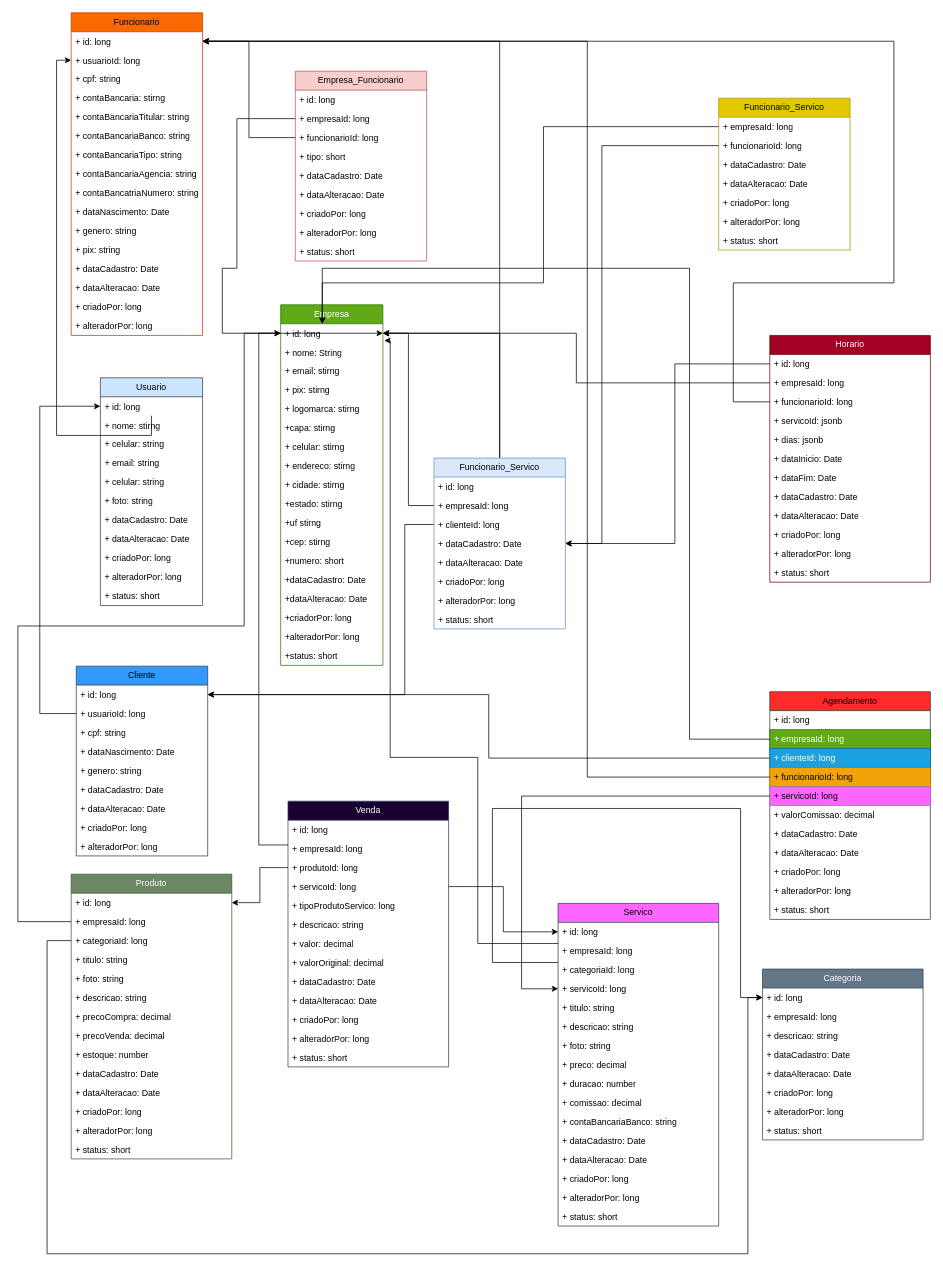
Before: Diagrama sem nome.drawio in elsoncosta/GoBarber, a draw.io diagram. Source tidied: cells renumbered, new cells numbered last; positions are measured from the earlier drawing's top-left corner, leaving out a move shared by most shapes. Both pictures are drawn from the tidied source at 73%, with x=0, y=0 at pixel (18, 12).
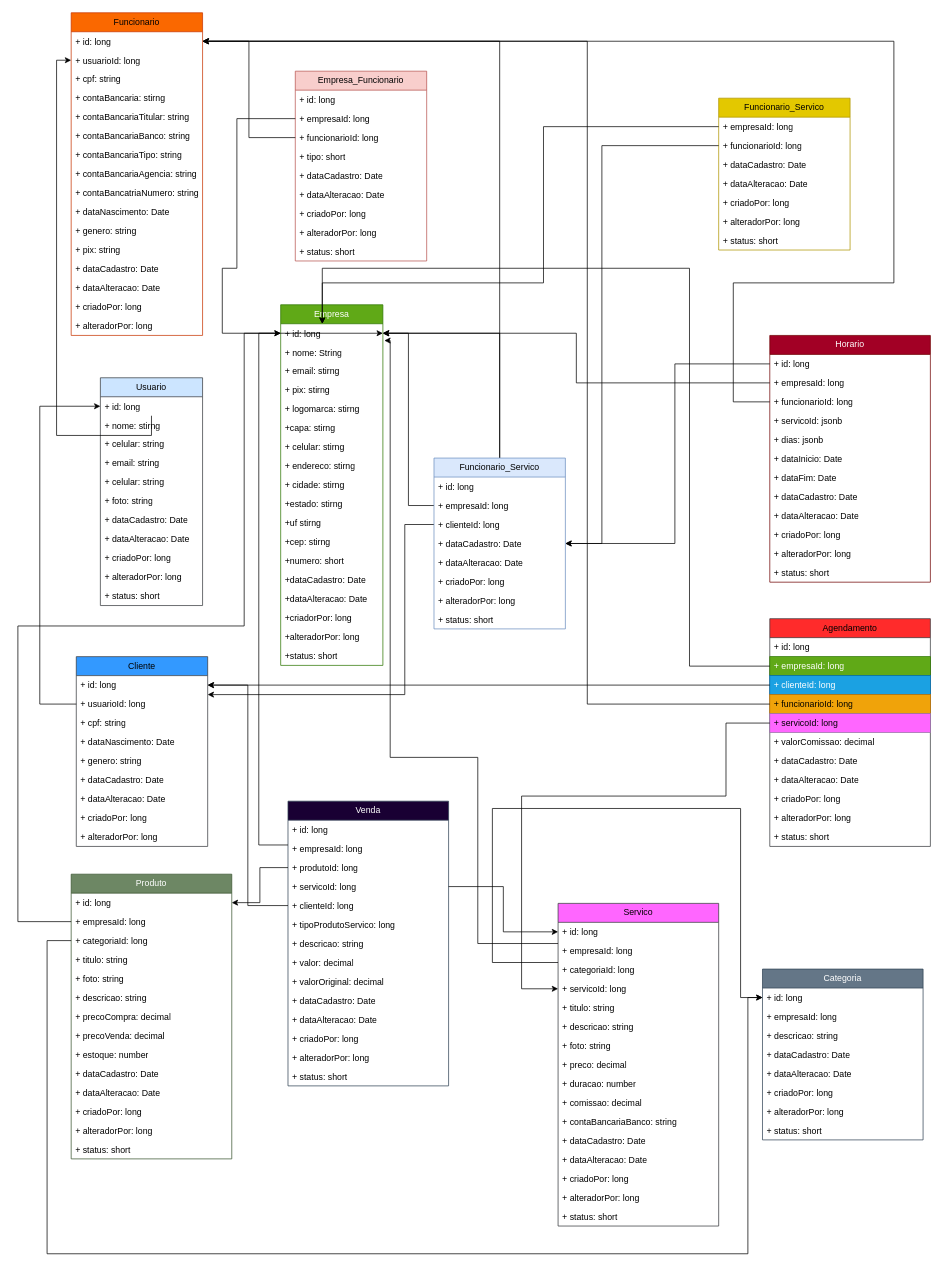
The same diagram, later.

The change refers to these unchanged cells:
```xml
<mxCell id="3" value="+ id: long" style="text;strokeColor=none;fillColor=none;align=left;verticalAlign=top;spacingLeft=4;spacingRight=4;overflow=hidden;points=[[0,0.5],[1,0.5]];portConstraint=eastwest;whiteSpace=wrap;html=1;" parent="2" vertex="1">
  <mxGeometry y="26" width="140" height="26" as="geometry" />
</mxCell>
<mxCell id="22" value="+ id: long" style="text;strokeColor=none;fillColor=none;align=left;verticalAlign=top;spacingLeft=4;spacingRight=4;overflow=hidden;points=[[0,0.5],[1,0.5]];portConstraint=eastwest;whiteSpace=wrap;html=1;" parent="21" vertex="1">
  <mxGeometry y="26" width="140" height="26" as="geometry" />
</mxCell>
<mxCell id="34" value="+ id: long" style="text;strokeColor=none;fillColor=none;align=left;verticalAlign=top;spacingLeft=4;spacingRight=4;overflow=hidden;points=[[0,0.5],[1,0.5]];portConstraint=eastwest;whiteSpace=wrap;html=1;" parent="33" vertex="1">
  <mxGeometry y="26" width="180" height="26" as="geometry" />
</mxCell>
<mxCell id="54" value="+ servicoId: long" style="text;strokeColor=none;fillColor=none;align=left;verticalAlign=top;spacingLeft=4;spacingRight=4;overflow=hidden;points=[[0,0.5],[1,0.5]];portConstraint=eastwest;whiteSpace=wrap;html=1;" parent="50" vertex="1">
  <mxGeometry y="104" width="220" height="26" as="geometry" />
</mxCell>
<mxCell id="106" value="+ id: long" style="text;strokeColor=none;fillColor=none;align=left;verticalAlign=top;spacingLeft=4;spacingRight=4;overflow=hidden;points=[[0,0.5],[1,0.5]];portConstraint=eastwest;whiteSpace=wrap;html=1;" parent="105" vertex="1">
  <mxGeometry y="26" width="180" height="26" as="geometry" />
</mxCell>
<mxCell id="107" value="+ usuarioId: long" style="text;strokeColor=none;fillColor=none;align=left;verticalAlign=top;spacingLeft=4;spacingRight=4;overflow=hidden;points=[[0,0.5],[1,0.5]];portConstraint=eastwest;whiteSpace=wrap;html=1;" parent="105" vertex="1">
  <mxGeometry y="52" width="180" height="26" as="geometry" />
</mxCell>
<mxCell id="120" value="+ empresaId: long" style="text;strokeColor=#2D7600;fillColor=#60a917;align=left;verticalAlign=top;spacingLeft=4;spacingRight=4;overflow=hidden;points=[[0,0.5],[1,0.5]];portConstraint=eastwest;whiteSpace=wrap;html=1;fontColor=#ffffff;" parent="118" vertex="1">
  <mxGeometry y="52" width="220" height="26" as="geometry" />
</mxCell>
<mxCell id="122" value="+ funcionarioId: long" style="text;strokeColor=#BD7000;fillColor=#f0a30a;align=left;verticalAlign=top;spacingLeft=4;spacingRight=4;overflow=hidden;points=[[0,0.5],[1,0.5]];portConstraint=eastwest;whiteSpace=wrap;html=1;fontColor=#000000;" parent="118" vertex="1">
  <mxGeometry y="104" width="220" height="26" as="geometry" />
</mxCell>
<mxCell id="123" value="+ servicoId: long" style="text;strokeColor=#9673a6;fillColor=#FF66FF;align=left;verticalAlign=top;spacingLeft=4;spacingRight=4;overflow=hidden;points=[[0,0.5],[1,0.5]];portConstraint=eastwest;whiteSpace=wrap;html=1;" parent="118" vertex="1">
  <mxGeometry y="130" width="220" height="26" as="geometry" />
</mxCell>
```

Change to the diagram source:
```diff
@@
     <mxCell id="105" value="Cliente" style="swimlane;fontStyle=0;horizontal=1;startSize=26;fillColor=#3399FF;whiteSpace=wrap;html=1;strokeColor=#36393d;" parent="1" vertex="1">
-      <mxGeometry x="80" y="895" width="180" height="260" as="geometry" />
+      <mxGeometry x="80" y="882" width="180" height="260" as="geometry" />
     </mxCell>
@@
     <mxCell id="115" style="edgeStyle=orthogonalEdgeStyle;rounded=0;jettySize=auto;html=1;entryX=0;entryY=0.5;entryDx=0;entryDy=0;" parent="1" edge="1" source="107" target="22">
       <mxGeometry relative="1" as="geometry">
         <Array as="points">
-          <mxPoint x="30" y="960" />
+          <mxPoint x="30" y="947" />
           <mxPoint x="30" y="539" />
         </Array>
       </mxGeometry>
     </mxCell>
@@
     <mxCell id="118" value="Agendamento" style="swimlane;fontStyle=0;horizontal=1;startSize=26;fillColor=#FF2B2B;whiteSpace=wrap;html=1;strokeColor=#36393d;" parent="1" vertex="1">
-      <mxGeometry x="1030" y="930" width="220" height="312" as="geometry" />
+      <mxGeometry x="1030" y="830" width="220" height="312" as="geometry" />
     </mxCell>
@@
     <mxCell id="131" style="edgeStyle=orthogonalEdgeStyle;rounded=0;jettySize=auto;html=1;" parent="1" edge="1" source="122" target="34">
       <mxGeometry relative="1" as="geometry">
         <Array as="points">
-          <mxPoint x="780" y="1047" />
+          <mxPoint x="780" y="947" />
           <mxPoint x="780" y="39" />
         </Array>
       </mxGeometry>
     </mxCell>
@@
     <mxCell id="158" style="edgeStyle=orthogonalEdgeStyle;rounded=0;jettySize=auto;html=1;" parent="1" edge="1" source="120" target="3">
       <mxGeometry relative="1" as="geometry">
         <Array as="points">
-          <mxPoint x="920" y="995" />
+          <mxPoint x="920" y="895" />
           <mxPoint x="920" y="350" />
           <mxPoint x="417" y="350" />
         </Array>
       </mxGeometry>
     </mxCell>
@@
     <mxCell id="171" value="Venda" style="swimlane;fontStyle=0;horizontal=1;startSize=26;fillColor=#190033;whiteSpace=wrap;html=1;strokeColor=#314354;fontColor=#ffffff;" parent="1" vertex="1">
-      <mxGeometry x="370" y="1080" width="220" height="364" as="geometry" />
+      <mxGeometry x="370" y="1080" width="220" height="390" as="geometry" />
     </mxCell>
@@
+    <mxCell id="191" value="+ clienteId: long" style="text;strokeColor=none;fillColor=none;align=left;verticalAlign=top;spacingLeft=4;spacingRight=4;overflow=hidden;points=[[0,0.5],[1,0.5]];portConstraint=eastwest;whiteSpace=wrap;html=1;" parent="171" vertex="1">
+      <mxGeometry y="130" width="220" height="26" as="geometry" />
+    </mxCell>
     <mxCell id="176" value="+ tipoProdutoServico: long" style="text;strokeColor=none;fillColor=none;align=left;verticalAlign=top;spacingLeft=4;spacingRight=4;overflow=hidden;whiteSpace=wrap;html=1;" parent="171" vertex="1">
-      <mxGeometry y="130" width="220" height="26" as="geometry" />
+      <mxGeometry y="156" width="220" height="26" as="geometry" />
     </mxCell>
     <mxCell id="177" value="+ descricao: string" style="text;strokeColor=none;fillColor=none;align=left;verticalAlign=top;spacingLeft=4;spacingRight=4;overflow=hidden;whiteSpace=wrap;html=1;" parent="171" vertex="1">
-      <mxGeometry y="156" width="220" height="26" as="geometry" />
+      <mxGeometry y="182" width="220" height="26" as="geometry" />
     </mxCell>
     <mxCell id="178" value="+ valor: decimal" style="text;strokeColor=none;fillColor=none;align=left;verticalAlign=top;spacingLeft=4;spacingRight=4;overflow=hidden;whiteSpace=wrap;html=1;" parent="171" vertex="1">
-      <mxGeometry y="182" width="220" height="26" as="geometry" />
+      <mxGeometry y="208" width="220" height="26" as="geometry" />
     </mxCell>
     <mxCell id="179" value="+ valorOriginal: decimal" style="text;strokeColor=none;fillColor=none;align=left;verticalAlign=top;spacingLeft=4;spacingRight=4;overflow=hidden;whiteSpace=wrap;html=1;" parent="171" vertex="1">
-      <mxGeometry y="208" width="220" height="26" as="geometry" />
+      <mxGeometry y="234" width="220" height="26" as="geometry" />
     </mxCell>
     <mxCell id="180" value="+ dataCadastro: Date" style="text;strokeColor=none;fillColor=none;align=left;verticalAlign=top;spacingLeft=4;spacingRight=4;overflow=hidden;whiteSpace=wrap;html=1;" parent="171" vertex="1">
-      <mxGeometry y="234" width="220" height="26" as="geometry" />
+      <mxGeometry y="260" width="220" height="26" as="geometry" />
     </mxCell>
     <mxCell id="181" value="+ dataAlteracao: Date" style="text;strokeColor=none;fillColor=none;align=left;verticalAlign=top;spacingLeft=4;spacingRight=4;overflow=hidden;whiteSpace=wrap;html=1;" parent="171" vertex="1">
-      <mxGeometry y="260" width="220" height="26" as="geometry" />
+      <mxGeometry y="286" width="220" height="26" as="geometry" />
     </mxCell>
     <mxCell id="182" value="+ criadoPor: long" style="text;strokeColor=none;fillColor=none;align=left;verticalAlign=top;spacingLeft=4;spacingRight=4;overflow=hidden;whiteSpace=wrap;html=1;" parent="171" vertex="1">
-      <mxGeometry y="286" width="220" height="26" as="geometry" />
+      <mxGeometry y="312" width="220" height="26" as="geometry" />
     </mxCell>
     <mxCell id="183" value="+ alteradorPor: long" style="text;strokeColor=none;fillColor=none;align=left;verticalAlign=top;spacingLeft=4;spacingRight=4;overflow=hidden;whiteSpace=wrap;html=1;" parent="171" vertex="1">
-      <mxGeometry y="312" width="220" height="26" as="geometry" />
+      <mxGeometry y="338" width="220" height="26" as="geometry" />
     </mxCell>
     <mxCell id="184" value="+ status: short" style="text;strokeColor=none;fillColor=none;align=left;verticalAlign=top;spacingLeft=4;spacingRight=4;overflow=hidden;whiteSpace=wrap;html=1;" parent="171" vertex="1">
-      <mxGeometry y="338" width="220" height="26" as="geometry" />
+      <mxGeometry y="364" width="220" height="26" as="geometry" />
     </mxCell>
     <mxCell id="185" style="edgeStyle=orthogonalEdgeStyle;rounded=0;jettySize=auto;html=1;" parent="1" edge="1" source="123" target="54">
       <mxGeometry relative="1" as="geometry">
         <Array as="points">
+          <mxPoint x="970" y="973" />
+          <mxPoint x="970" y="1073" />
           <mxPoint x="690" y="1073" />
           <mxPoint x="690" y="1337" />
         </Array>
       </mxGeometry>
     </mxCell>
@@
+    <mxCell id="192" style="edgeStyle=orthogonalEdgeStyle;rounded=0;jettySize=auto;html=1;" parent="1" edge="1" source="191" target="106">
+      <mxGeometry relative="1" as="geometry" />
+    </mxCell>
```
